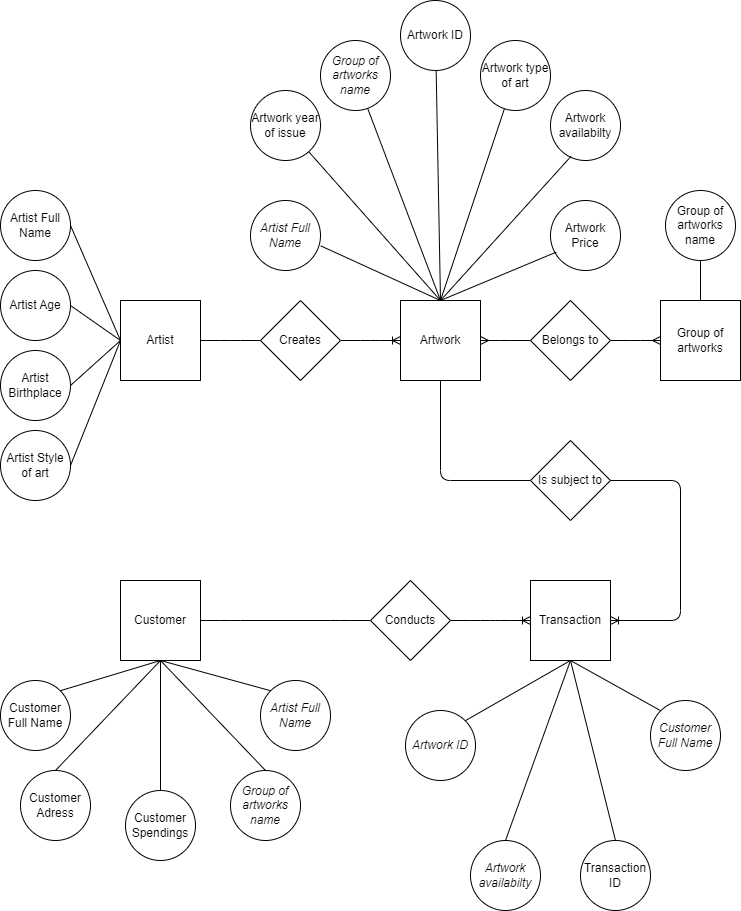
Above: diagrams/ArtBase_Entity_Diagram.drawio.png in PsimonL/Restaurant-Management-System (draw.io), before the change. Source tidied: cells renumbered, new cells last; positions are measured from the earlier drawing's top-left corner, leaving out a move shared by most shapes.
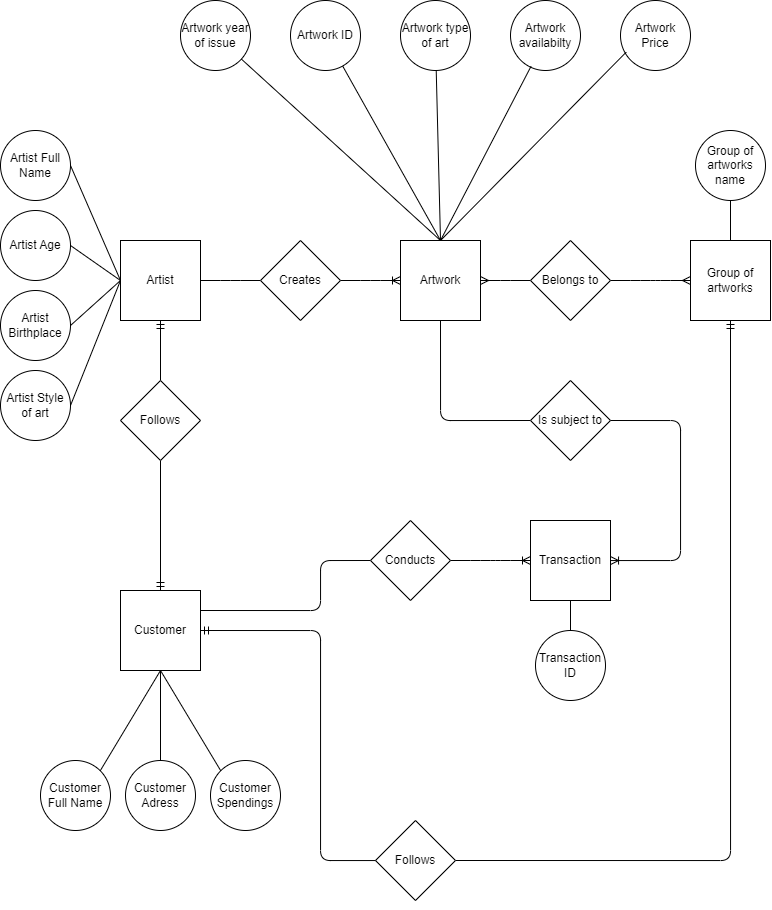
The same file after the commit.

Commit message:
Add RestaurantBase ERD diagram

Diff of the diagram source:
```diff
@@ -12,10 +12,10 @@
       <mxGeometry x="530" y="580" width="80" height="80" as="geometry" />
     </mxCell>
     <mxCell id="5" value="Group of artworks" style="whiteSpace=wrap;html=1;" parent="1" vertex="1">
-      <mxGeometry x="660" y="300" width="80" height="80" as="geometry" />
+      <mxGeometry x="690" y="300" width="80" height="80" as="geometry" />
     </mxCell>
     <mxCell id="6" value="Customer" style="whiteSpace=wrap;html=1;" parent="1" vertex="1">
-      <mxGeometry x="120" y="580" width="80" height="80" as="geometry" />
+      <mxGeometry x="120" y="650" width="80" height="80" as="geometry" />
     </mxCell>
     <mxCell id="7" style="edgeStyle=entityRelationEdgeStyle;fontSize=12;html=1;endArrow=ERoneToMany;exitX=1;exitY=0.5;exitDx=0;exitDy=0;startArrow=none;" parent="1" edge="1" source="9" target="3">
       <mxGeometry relative="1" as="geometry" />
@@ -38,8 +38,14 @@
     <mxCell id="13" value="Belongs to" style="rhombus;whiteSpace=wrap;html=1;" parent="1" vertex="1">
       <mxGeometry x="530" y="300" width="80" height="80" as="geometry" />
     </mxCell>
-    <mxCell id="14" style="edgeStyle=entityRelationEdgeStyle;fontSize=12;html=1;endArrow=none;exitX=1;exitY=0.5;exitDx=0;exitDy=0;entryX=0;entryY=0.5;entryDx=0;entryDy=0;" parent="1" edge="1" source="6" target="15">
-      <mxGeometry relative="1" as="geometry" />
+    <mxCell id="14" style="edgeStyle=orthogonalEdgeStyle;fontSize=12;html=1;endArrow=none;entryX=0;entryY=0.5;entryDx=0;entryDy=0;" parent="1" edge="1" target="15">
+      <mxGeometry relative="1" as="geometry">
+        <mxPoint x="200" y="670" as="sourcePoint" />
+        <Array as="points">
+          <mxPoint x="320" y="670" />
+          <mxPoint x="320" y="620" />
+        </Array>
+      </mxGeometry>
     </mxCell>
     <mxCell id="15" value="Conducts" style="rhombus;whiteSpace=wrap;html=1;" parent="1" vertex="1">
       <mxGeometry x="370" y="580" width="80" height="80" as="geometry" />
@@ -85,14 +91,8 @@
         <mxPoint x="120" y="340" as="targetPoint" />
       </mxGeometry>
     </mxCell>
-    <mxCell id="27" value="&lt;i&gt;Artist Full Name&lt;/i&gt;" style="ellipse;whiteSpace=wrap;html=1;" parent="1" vertex="1">
-      <mxGeometry x="250" y="200" width="70" height="70" as="geometry" />
-    </mxCell>
-    <mxCell id="28" style="endArrow=none;html=1;jumpStyle=line;exitX=0.5;exitY=0;exitDx=0;exitDy=0;entryX=1.003;entryY=0.648;entryDx=0;entryDy=0;entryPerimeter=0;" parent="1" edge="1" source="3" target="27">
-      <mxGeometry relative="1" as="geometry" />
-    </mxCell>
     <mxCell id="29" value="Artwork year of issue" style="ellipse;whiteSpace=wrap;html=1;" parent="1" vertex="1">
-      <mxGeometry x="250" y="90" width="70" height="70" as="geometry" />
+      <mxGeometry x="180" y="60" width="70" height="70" as="geometry" />
     </mxCell>
     <mxCell id="30" style="endArrow=none;html=1;jumpStyle=line;" parent="1" edge="1" target="29">
       <mxGeometry relative="1" as="geometry">
@@ -100,106 +100,89 @@
       </mxGeometry>
     </mxCell>
     <mxCell id="31" value="Artwork ID" style="ellipse;whiteSpace=wrap;html=1;" parent="1" vertex="1">
-      <mxGeometry x="400" width="70" height="70" as="geometry" />
+      <mxGeometry x="290" y="60" width="70" height="70" as="geometry" />
     </mxCell>
     <mxCell id="32" style="endArrow=none;html=1;jumpStyle=line;exitX=0.5;exitY=0;exitDx=0;exitDy=0;" parent="1" edge="1" source="3" target="31">
       <mxGeometry relative="1" as="geometry" />
     </mxCell>
     <mxCell id="33" value="Artwork Price" style="ellipse;whiteSpace=wrap;html=1;" parent="1" vertex="1">
-      <mxGeometry x="550" y="200" width="70" height="70" as="geometry" />
+      <mxGeometry x="620" y="60" width="70" height="70" as="geometry" />
     </mxCell>
     <mxCell id="34" style="endArrow=none;html=1;jumpStyle=line;entryX=0.081;entryY=0.738;entryDx=0;entryDy=0;exitX=0.5;exitY=0;exitDx=0;exitDy=0;entryPerimeter=0;" parent="1" edge="1" source="3" target="33">
       <mxGeometry relative="1" as="geometry" />
     </mxCell>
     <mxCell id="35" value="Group of artworks name" style="ellipse;whiteSpace=wrap;html=1;" parent="1" vertex="1">
-      <mxGeometry x="665" y="190" width="70" height="70" as="geometry" />
+      <mxGeometry x="695" y="190" width="70" height="70" as="geometry" />
     </mxCell>
     <mxCell id="36" style="endArrow=none;html=1;jumpStyle=line;exitX=0.5;exitY=1;exitDx=0;exitDy=0;" parent="1" edge="1" source="35" target="5">
       <mxGeometry relative="1" as="geometry" />
     </mxCell>
-    <mxCell id="37" value="&lt;i&gt;Group of artworks name&lt;/i&gt;" style="ellipse;whiteSpace=wrap;html=1;" parent="1" vertex="1">
-      <mxGeometry x="320" y="40" width="70" height="70" as="geometry" />
-    </mxCell>
-    <mxCell id="38" style="endArrow=none;html=1;jumpStyle=line;entryX=0.674;entryY=0.971;entryDx=0;entryDy=0;entryPerimeter=0;" parent="1" edge="1" target="37">
-      <mxGeometry relative="1" as="geometry">
-        <mxPoint x="440" y="300" as="sourcePoint" />
-      </mxGeometry>
-    </mxCell>
     <mxCell id="39" value="Customer Full Name" style="ellipse;whiteSpace=wrap;html=1;" parent="1" vertex="1">
-      <mxGeometry y="680" width="70" height="70" as="geometry" />
+      <mxGeometry x="40" y="820" width="70" height="70" as="geometry" />
     </mxCell>
     <mxCell id="40" style="endArrow=none;html=1;jumpStyle=line;exitX=1;exitY=0;exitDx=0;exitDy=0;entryX=0.5;entryY=1;entryDx=0;entryDy=0;" parent="1" edge="1" source="39" target="6">
       <mxGeometry relative="1" as="geometry" />
     </mxCell>
     <mxCell id="41" value="Customer Adress" style="ellipse;whiteSpace=wrap;html=1;" parent="1" vertex="1">
-      <mxGeometry x="20" y="770" width="70" height="70" as="geometry" />
+      <mxGeometry x="125" y="820" width="70" height="70" as="geometry" />
     </mxCell>
     <mxCell id="42" value="Customer Spendings" style="ellipse;whiteSpace=wrap;html=1;" parent="1" vertex="1">
-      <mxGeometry x="125" y="790" width="70" height="70" as="geometry" />
+      <mxGeometry x="210" y="820" width="70" height="70" as="geometry" />
     </mxCell>
     <mxCell id="43" style="endArrow=none;html=1;jumpStyle=line;exitX=0.5;exitY=0;exitDx=0;exitDy=0;entryX=0.5;entryY=1;entryDx=0;entryDy=0;" parent="1" edge="1" source="41" target="6">
       <mxGeometry relative="1" as="geometry" />
     </mxCell>
-    <mxCell id="44" style="endArrow=none;html=1;jumpStyle=line;exitX=0.5;exitY=0;exitDx=0;exitDy=0;entryX=0.5;entryY=1;entryDx=0;entryDy=0;" parent="1" edge="1" source="42" target="6">
+    <mxCell id="44" style="endArrow=none;html=1;jumpStyle=line;exitX=0;exitY=0;exitDx=0;exitDy=0;entryX=0.5;entryY=1;entryDx=0;entryDy=0;" parent="1" edge="1" source="42" target="6">
       <mxGeometry relative="1" as="geometry" />
     </mxCell>
     <mxCell id="45" value="Artwork availabilty" style="ellipse;whiteSpace=wrap;html=1;" parent="1" vertex="1">
-      <mxGeometry x="550" y="90" width="70" height="70" as="geometry" />
+      <mxGeometry x="510" y="60" width="70" height="70" as="geometry" />
     </mxCell>
     <mxCell id="46" style="endArrow=none;html=1;jumpStyle=line;exitX=0.293;exitY=0.941;exitDx=0;exitDy=0;exitPerimeter=0;" parent="1" edge="1" source="45">
       <mxGeometry relative="1" as="geometry">
         <mxPoint x="440" y="300" as="targetPoint" />
       </mxGeometry>
     </mxCell>
-    <mxCell id="47" value="&lt;i&gt;Group of artworks name&lt;/i&gt;" style="ellipse;whiteSpace=wrap;html=1;" parent="1" vertex="1">
-      <mxGeometry x="230" y="770" width="70" height="70" as="geometry" />
-    </mxCell>
-    <mxCell id="48" style="endArrow=none;html=1;jumpStyle=line;entryX=0.5;entryY=0;entryDx=0;entryDy=0;" parent="1" edge="1" target="47">
-      <mxGeometry relative="1" as="geometry">
-        <mxPoint x="160" y="660" as="sourcePoint" />
-      </mxGeometry>
-    </mxCell>
-    <mxCell id="49" value="&lt;i&gt;Artist Full Name&lt;/i&gt;" style="ellipse;whiteSpace=wrap;html=1;" parent="1" vertex="1">
-      <mxGeometry x="260" y="680" width="70" height="70" as="geometry" />
-    </mxCell>
-    <mxCell id="50" style="endArrow=none;html=1;jumpStyle=line;entryX=0;entryY=0;entryDx=0;entryDy=0;" parent="1" edge="1" target="49">
-      <mxGeometry relative="1" as="geometry">
-        <mxPoint x="160" y="660" as="sourcePoint" />
-      </mxGeometry>
-    </mxCell>
     <mxCell id="51" value="Artwork type of art" style="ellipse;whiteSpace=wrap;html=1;" parent="1" vertex="1">
-      <mxGeometry x="480" y="40" width="70" height="70" as="geometry" />
+      <mxGeometry x="400" y="60" width="70" height="70" as="geometry" />
     </mxCell>
     <mxCell id="52" style="endArrow=none;html=1;jumpStyle=line;exitX=0.5;exitY=0;exitDx=0;exitDy=0;" parent="1" edge="1" source="3" target="51">
       <mxGeometry relative="1" as="geometry" />
     </mxCell>
-    <mxCell id="53" value="&lt;i&gt;Artwork ID&lt;/i&gt;" style="ellipse;whiteSpace=wrap;html=1;" parent="1" vertex="1">
-      <mxGeometry x="405" y="710" width="70" height="70" as="geometry" />
-    </mxCell>
-    <mxCell id="54" value="&lt;i&gt;Artwork availabilty&lt;/i&gt;" style="ellipse;whiteSpace=wrap;html=1;" parent="1" vertex="1">
-      <mxGeometry x="470" y="840" width="70" height="70" as="geometry" />
-    </mxCell>
-    <mxCell id="55" style="endArrow=none;html=1;jumpStyle=line;exitX=1;exitY=0;exitDx=0;exitDy=0;entryX=0.5;entryY=1;entryDx=0;entryDy=0;" parent="1" edge="1" source="53" target="4">
-      <mxGeometry relative="1" as="geometry" />
-    </mxCell>
-    <mxCell id="56" style="endArrow=none;html=1;jumpStyle=line;exitX=0.5;exitY=0;exitDx=0;exitDy=0;entryX=0.5;entryY=1;entryDx=0;entryDy=0;" parent="1" edge="1" source="54" target="4">
-      <mxGeometry relative="1" as="geometry" />
-    </mxCell>
-    <mxCell id="57" value="&lt;i&gt;Customer Full Name&lt;/i&gt;" style="ellipse;whiteSpace=wrap;html=1;" parent="1" vertex="1">
-      <mxGeometry x="650" y="700" width="70" height="70" as="geometry" />
-    </mxCell>
-    <mxCell id="58" style="endArrow=none;html=1;jumpStyle=line;exitX=0;exitY=0;exitDx=0;exitDy=0;" parent="1" edge="1" source="57">
-      <mxGeometry relative="1" as="geometry">
-        <mxPoint x="570" y="660" as="targetPoint" />
-      </mxGeometry>
-    </mxCell>
     <mxCell id="59" value="Transaction ID" style="ellipse;whiteSpace=wrap;html=1;" parent="1" vertex="1">
-      <mxGeometry x="580" y="840" width="70" height="70" as="geometry" />
+      <mxGeometry x="535" y="690" width="70" height="70" as="geometry" />
     </mxCell>
     <mxCell id="60" style="endArrow=none;html=1;jumpStyle=line;exitX=0.5;exitY=0;exitDx=0;exitDy=0;" parent="1" edge="1" source="59">
       <mxGeometry relative="1" as="geometry">
         <mxPoint x="570" y="660" as="targetPoint" />
       </mxGeometry>
     </mxCell>
+    <mxCell id="61" style="fontSize=12;html=1;endArrow=ERmandOne;startArrow=none;exitX=0.5;exitY=0;exitDx=0;exitDy=0;entryX=0.5;entryY=1;entryDx=0;entryDy=0;" parent="1" edge="1" source="63" target="2">
+      <mxGeometry relative="1" as="geometry" />
+    </mxCell>
+    <mxCell id="62" style="fontSize=12;html=1;endArrow=none;startArrow=ERmandOne;exitX=0.5;exitY=0;exitDx=0;exitDy=0;entryX=0.5;entryY=1;entryDx=0;entryDy=0;" parent="1" edge="1" source="6" target="63">
+      <mxGeometry relative="1" as="geometry" />
+    </mxCell>
+    <mxCell id="63" value="Follows" style="rhombus;whiteSpace=wrap;html=1;" parent="1" vertex="1">
+      <mxGeometry x="120" y="440" width="80" height="80" as="geometry" />
+    </mxCell>
+    <mxCell id="64" style="edgeStyle=orthogonalEdgeStyle;fontSize=12;html=1;endArrow=ERmandOne;startArrow=none;exitX=1;exitY=0.5;exitDx=0;exitDy=0;entryX=0.5;entryY=1;entryDx=0;entryDy=0;" parent="1" edge="1" source="66" target="5">
+      <mxGeometry relative="1" as="geometry">
+        <Array as="points">
+          <mxPoint x="730" y="920" />
+        </Array>
+      </mxGeometry>
+    </mxCell>
+    <mxCell id="65" style="edgeStyle=orthogonalEdgeStyle;fontSize=12;html=1;endArrow=none;startArrow=ERmandOne;exitX=1;exitY=0.5;exitDx=0;exitDy=0;entryX=0.5;entryY=1;entryDx=0;entryDy=0;" parent="1" edge="1" source="6" target="66">
+      <mxGeometry relative="1" as="geometry">
+        <Array as="points">
+          <mxPoint x="320" y="690" />
+          <mxPoint x="320" y="920" />
+        </Array>
+      </mxGeometry>
+    </mxCell>
+    <mxCell id="66" value="Follows" style="rhombus;whiteSpace=wrap;html=1;" parent="1" vertex="1">
+      <mxGeometry x="375" y="880" width="80" height="80" as="geometry" />
+    </mxCell>
   </root>
 </mxGraphModel>
```
